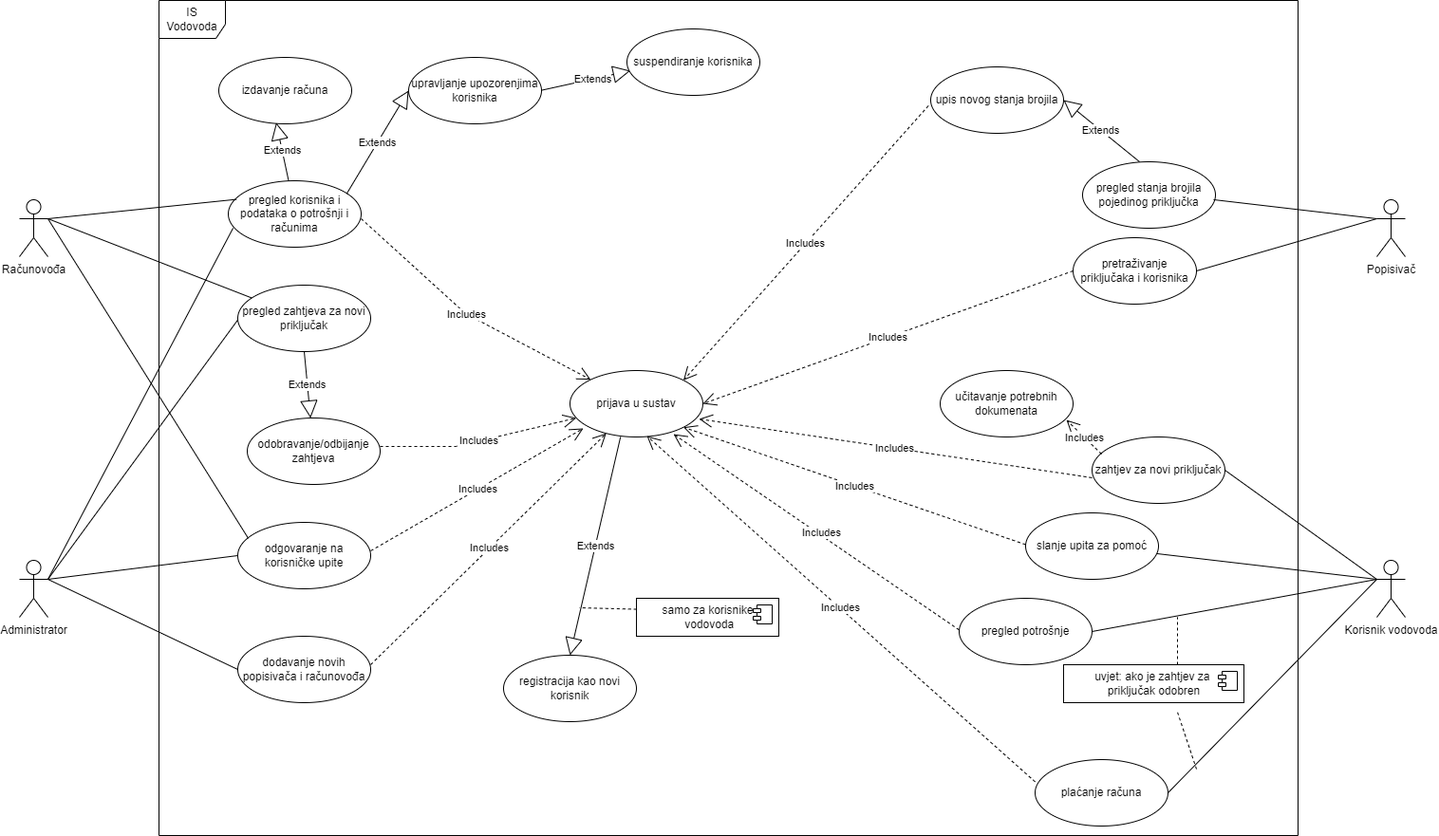
The draw.io diagram dokumentacija/is-vodovoda-use-case-diagram.png in akv3sic/informacijski-sustav-vodovoda, before a commit. Source tidied: cells renumbered, new cells last; positions are measured from the earlier drawing's top-left corner, leaving out a move shared by most shapes. The source it was exported from:
```xml
<mxGraphModel>
  <root>
    <mxCell id="0" />
    <mxCell id="1" parent="0" />
    <mxCell id="2" value="IS Vodovoda" style="shape=umlFrame;whiteSpace=wrap;html=1;width=70;height=40;" parent="1" vertex="1">
      <mxGeometry x="147" width="1200" height="880" as="geometry" />
    </mxCell>
    <mxCell id="3" value="Računovođa" style="shape=umlActor;verticalLabelPosition=bottom;verticalAlign=top;html=1;" parent="1" vertex="1">
      <mxGeometry y="210" width="30" height="60" as="geometry" />
    </mxCell>
    <mxCell id="4" value="Administrator" style="shape=umlActor;verticalLabelPosition=bottom;verticalAlign=top;html=1;" parent="1" vertex="1">
      <mxGeometry y="590" width="30" height="60" as="geometry" />
    </mxCell>
    <mxCell id="5" value="Popisivač" style="shape=umlActor;verticalLabelPosition=bottom;verticalAlign=top;html=1;" parent="1" vertex="1">
      <mxGeometry x="1430" y="210" width="30" height="60" as="geometry" />
    </mxCell>
    <mxCell id="6" value="Korisnik vodovoda" style="shape=umlActor;verticalLabelPosition=bottom;verticalAlign=top;html=1;" parent="1" vertex="1">
      <mxGeometry x="1430" y="590" width="30" height="60" as="geometry" />
    </mxCell>
    <mxCell id="7" value="pregled korisnika i podataka o potrošnji i računima" style="ellipse;whiteSpace=wrap;html=1;" parent="1" vertex="1">
      <mxGeometry x="220" y="190" width="140" height="70" as="geometry" />
    </mxCell>
    <mxCell id="8" value="pregled zahtjeva za novi priključak" style="ellipse;whiteSpace=wrap;html=1;" parent="1" vertex="1">
      <mxGeometry x="230" y="300" width="140" height="70" as="geometry" />
    </mxCell>
    <mxCell id="9" value="odgovaranje na korisničke upite" style="ellipse;whiteSpace=wrap;html=1;" parent="1" vertex="1">
      <mxGeometry x="230" y="550" width="140" height="70" as="geometry" />
    </mxCell>
    <mxCell id="10" value="izdavanje računa" style="ellipse;whiteSpace=wrap;html=1;" parent="1" vertex="1">
      <mxGeometry x="210" y="60" width="140" height="70" as="geometry" />
    </mxCell>
    <mxCell id="11" value="upravljanje upozorenjima korisnika" style="ellipse;whiteSpace=wrap;html=1;" parent="1" vertex="1">
      <mxGeometry x="410" y="60" width="140" height="70" as="geometry" />
    </mxCell>
    <mxCell id="12" value="Extends" style="endArrow=block;endSize=16;endFill=0;html=1;rounded=0;entryX=0.026;entryY=0.629;entryDx=0;entryDy=0;entryPerimeter=0;" parent="1" edge="1" target="13">
      <mxGeometry x="0.12" relative="1" as="geometry">
        <mxPoint x="550" y="94.6" as="sourcePoint" />
      </mxGeometry>
    </mxCell>
    <mxCell id="13" value="suspendiranje korisnika" style="ellipse;whiteSpace=wrap;html=1;" parent="1" vertex="1">
      <mxGeometry x="640" y="30" width="140" height="70" as="geometry" />
    </mxCell>
    <mxCell id="14" value="Extends" style="endArrow=block;endSize=16;endFill=0;html=1;rounded=0;exitX=0.5;exitY=1;exitDx=0;exitDy=0;" parent="1" edge="1" source="8" target="15">
      <mxGeometry relative="1" as="geometry" />
    </mxCell>
    <mxCell id="15" value="odobravanje/odbijanje zahtjeva" style="ellipse;whiteSpace=wrap;html=1;" parent="1" vertex="1">
      <mxGeometry x="240" y="440" width="140" height="70" as="geometry" />
    </mxCell>
    <mxCell id="16" value="Extends" style="endArrow=block;endSize=16;endFill=0;html=1;rounded=0;entryX=0.432;entryY=0.982;entryDx=0;entryDy=0;entryPerimeter=0;" parent="1" edge="1" source="7" target="10">
      <mxGeometry relative="1" as="geometry" />
    </mxCell>
    <mxCell id="17" value="Extends" style="endArrow=block;endSize=16;endFill=0;html=1;rounded=0;entryX=0;entryY=0.5;entryDx=0;entryDy=0;exitX=0.891;exitY=0.196;exitDx=0;exitDy=0;exitPerimeter=0;" parent="1" edge="1" source="7" target="11">
      <mxGeometry relative="1" as="geometry" />
    </mxCell>
    <mxCell id="18" value="dodavanje novih popisivača i računovođa" style="ellipse;whiteSpace=wrap;html=1;" parent="1" vertex="1">
      <mxGeometry x="230" y="670" width="140" height="70" as="geometry" />
    </mxCell>
    <mxCell id="19" style="endArrow=none;html=1;rounded=0;exitX=1;exitY=0.3333333333333333;exitDx=0;exitDy=0;exitPerimeter=0;entryX=0;entryY=0.5;entryDx=0;entryDy=0;" parent="1" edge="1" source="4" target="18">
      <mxGeometry relative="1" as="geometry" />
    </mxCell>
    <mxCell id="20" style="endArrow=none;html=1;rounded=0;exitX=1;exitY=0.3333333333333333;exitDx=0;exitDy=0;exitPerimeter=0;entryX=0;entryY=0.5;entryDx=0;entryDy=0;" parent="1" edge="1" source="4" target="9">
      <mxGeometry relative="1" as="geometry" />
    </mxCell>
    <mxCell id="21" style="endArrow=none;html=1;rounded=0;entryX=-0.002;entryY=0.529;entryDx=0;entryDy=0;entryPerimeter=0;" parent="1" edge="1" target="8">
      <mxGeometry relative="1" as="geometry">
        <mxPoint x="30" y="610" as="sourcePoint" />
      </mxGeometry>
    </mxCell>
    <mxCell id="22" value="prijava u sustav" style="ellipse;whiteSpace=wrap;html=1;" parent="1" vertex="1">
      <mxGeometry x="580" y="390" width="140" height="70" as="geometry" />
    </mxCell>
    <mxCell id="23" value="Includes" style="endArrow=open;endSize=12;dashed=1;html=1;rounded=0;" parent="1" edge="1" target="22">
      <mxGeometry relative="1" as="geometry">
        <mxPoint x="360" y="230" as="sourcePoint" />
        <Array as="points">
          <mxPoint x="470" y="330" />
        </Array>
      </mxGeometry>
    </mxCell>
    <mxCell id="24" value="Includes" style="endArrow=open;endSize=12;dashed=1;html=1;rounded=0;entryX=0.1;entryY=0.871;entryDx=0;entryDy=0;entryPerimeter=0;" parent="1" edge="1" target="22">
      <mxGeometry relative="1" as="geometry">
        <mxPoint x="370" y="580" as="sourcePoint" />
      </mxGeometry>
    </mxCell>
    <mxCell id="25" value="Includes" style="endArrow=open;endSize=12;dashed=1;html=1;rounded=0;" parent="1" edge="1" target="22">
      <mxGeometry relative="1" as="geometry">
        <mxPoint x="380" y="470" as="sourcePoint" />
        <Array as="points">
          <mxPoint x="460" y="470" />
        </Array>
      </mxGeometry>
    </mxCell>
    <mxCell id="26" value="Includes" style="endArrow=open;endSize=12;dashed=1;html=1;rounded=0;" parent="1" edge="1" target="22">
      <mxGeometry relative="1" as="geometry">
        <mxPoint x="370" y="700" as="sourcePoint" />
      </mxGeometry>
    </mxCell>
    <mxCell id="27" value="pretraživanje priključaka i korisnika" style="ellipse;whiteSpace=wrap;html=1;" parent="1" vertex="1">
      <mxGeometry x="1110" y="250" width="130" height="70" as="geometry" />
    </mxCell>
    <mxCell id="28" value="pregled stanja brojila pojedinog priključka" style="ellipse;whiteSpace=wrap;html=1;" parent="1" vertex="1">
      <mxGeometry x="1120" y="170" width="140" height="70" as="geometry" />
    </mxCell>
    <mxCell id="29" value="upis novog stanja brojila" style="ellipse;whiteSpace=wrap;html=1;" parent="1" vertex="1">
      <mxGeometry x="960" y="70" width="140" height="70" as="geometry" />
    </mxCell>
    <mxCell id="30" value="Extends" style="endArrow=block;endSize=16;endFill=0;html=1;rounded=0;entryX=1;entryY=0.5;entryDx=0;entryDy=0;" parent="1" edge="1" target="29">
      <mxGeometry relative="1" as="geometry">
        <mxPoint x="1180" y="170" as="sourcePoint" />
      </mxGeometry>
    </mxCell>
    <mxCell id="31" style="endArrow=none;html=1;rounded=0;entryX=0;entryY=0.3333333333333333;entryDx=0;entryDy=0;entryPerimeter=0;exitX=0.986;exitY=0.571;exitDx=0;exitDy=0;exitPerimeter=0;" parent="1" edge="1" source="28" target="5">
      <mxGeometry relative="1" as="geometry" />
    </mxCell>
    <mxCell id="32" style="endArrow=none;html=1;rounded=0;entryX=0;entryY=0.3333333333333333;entryDx=0;entryDy=0;entryPerimeter=0;exitX=1;exitY=0.5;exitDx=0;exitDy=0;" parent="1" edge="1" source="27" target="5">
      <mxGeometry relative="1" as="geometry" />
    </mxCell>
    <mxCell id="33" value="Includes" style="endArrow=open;endSize=12;dashed=1;html=1;rounded=0;exitX=0;exitY=0.5;exitDx=0;exitDy=0;entryX=1;entryY=0.5;entryDx=0;entryDy=0;" parent="1" edge="1" source="27" target="22">
      <mxGeometry relative="1" as="geometry" />
    </mxCell>
    <mxCell id="34" value="Includes" style="endArrow=open;endSize=12;dashed=1;html=1;rounded=0;exitX=-0.017;exitY=0.585;exitDx=0;exitDy=0;entryX=1;entryY=0;entryDx=0;entryDy=0;exitPerimeter=0;" parent="1" edge="1" source="29" target="22">
      <mxGeometry relative="1" as="geometry" />
    </mxCell>
    <mxCell id="35" style="endArrow=none;html=1;rounded=0;entryX=0.036;entryY=0.713;entryDx=0;entryDy=0;entryPerimeter=0;" parent="1" edge="1" target="7">
      <mxGeometry relative="1" as="geometry">
        <mxPoint x="30" y="610" as="sourcePoint" />
      </mxGeometry>
    </mxCell>
    <mxCell id="36" style="endArrow=none;html=1;rounded=0;exitX=1;exitY=0.3333333333333333;exitDx=0;exitDy=0;exitPerimeter=0;entryX=0.079;entryY=0.24;entryDx=0;entryDy=0;entryPerimeter=0;" parent="1" edge="1" source="3" target="9">
      <mxGeometry relative="1" as="geometry" />
    </mxCell>
    <mxCell id="37" style="endArrow=none;html=1;rounded=0;" parent="1" edge="1" target="8">
      <mxGeometry relative="1" as="geometry">
        <mxPoint x="30" y="230" as="sourcePoint" />
      </mxGeometry>
    </mxCell>
    <mxCell id="38" style="endArrow=none;html=1;rounded=0;entryX=0.062;entryY=0.28;entryDx=0;entryDy=0;entryPerimeter=0;" parent="1" edge="1" target="7">
      <mxGeometry relative="1" as="geometry">
        <mxPoint x="30" y="230" as="sourcePoint" />
      </mxGeometry>
    </mxCell>
    <mxCell id="39" value="zahtjev za novi priključak" style="ellipse;whiteSpace=wrap;html=1;" parent="1" vertex="1">
      <mxGeometry x="1130" y="460" width="140" height="70" as="geometry" />
    </mxCell>
    <mxCell id="40" value="učitavanje potrebnih dokumenata" style="ellipse;whiteSpace=wrap;html=1;" parent="1" vertex="1">
      <mxGeometry x="970" y="390" width="140" height="70" as="geometry" />
    </mxCell>
    <mxCell id="41" style="endArrow=none;html=1;rounded=0;entryX=0;entryY=0.3333333333333333;entryDx=0;entryDy=0;exitX=1;exitY=0.5;exitDx=0;exitDy=0;entryPerimeter=0;" parent="1" edge="1" source="39" target="6">
      <mxGeometry relative="1" as="geometry" />
    </mxCell>
    <mxCell id="42" value="Includes" style="endArrow=open;endSize=12;dashed=1;html=1;rounded=0;exitX=0.071;exitY=0.257;exitDx=0;exitDy=0;exitPerimeter=0;entryX=0.95;entryY=0.743;entryDx=0;entryDy=0;entryPerimeter=0;" parent="1" edge="1" source="39" target="40">
      <mxGeometry relative="1" as="geometry" />
    </mxCell>
    <mxCell id="43" value="pregled potrošnje" style="ellipse;whiteSpace=wrap;html=1;" parent="1" vertex="1">
      <mxGeometry x="990" y="630" width="140" height="70" as="geometry" />
    </mxCell>
    <mxCell id="44" value="plaćanje računa" style="ellipse;whiteSpace=wrap;html=1;" parent="1" vertex="1">
      <mxGeometry x="1070" y="800" width="140" height="70" as="geometry" />
    </mxCell>
    <mxCell id="45" value="slanje upita za pomoć" style="ellipse;whiteSpace=wrap;html=1;" parent="1" vertex="1">
      <mxGeometry x="1060" y="540" width="140" height="70" as="geometry" />
    </mxCell>
    <mxCell id="46" style="endArrow=none;html=1;rounded=0;" parent="1" edge="1" source="45">
      <mxGeometry relative="1" as="geometry">
        <mxPoint x="1430" y="610" as="targetPoint" />
      </mxGeometry>
    </mxCell>
    <mxCell id="47" style="endArrow=none;html=1;rounded=0;exitX=1;exitY=0.5;exitDx=0;exitDy=0;" parent="1" edge="1" source="43">
      <mxGeometry relative="1" as="geometry">
        <mxPoint x="1430" y="610" as="targetPoint" />
      </mxGeometry>
    </mxCell>
    <mxCell id="48" style="endArrow=none;html=1;rounded=0;exitX=1;exitY=0.5;exitDx=0;exitDy=0;" parent="1" edge="1" source="44">
      <mxGeometry relative="1" as="geometry">
        <mxPoint x="1430" y="610" as="targetPoint" />
      </mxGeometry>
    </mxCell>
    <mxCell id="49" value="uvjet: ako je zahtjev za &lt;br&gt;priključak odobren" style="html=1;" parent="1" vertex="1">
      <mxGeometry x="1100" y="700" width="190" height="40" as="geometry" />
    </mxCell>
    <mxCell id="50" style="shape=module;jettyWidth=8;jettyHeight=4;" parent="49" vertex="1">
      <mxGeometry x="1" width="20" height="20" relative="1" as="geometry">
        <mxPoint x="-27" y="7" as="offset" />
      </mxGeometry>
    </mxCell>
    <mxCell id="51" style="endArrow=none;dashed=1;html=1;rounded=0;" parent="1" edge="1">
      <mxGeometry relative="1" as="geometry">
        <mxPoint x="1240" y="810" as="sourcePoint" />
        <mxPoint x="1220" y="750" as="targetPoint" />
      </mxGeometry>
    </mxCell>
    <mxCell id="52" style="endArrow=none;dashed=1;html=1;rounded=0;" parent="1" edge="1">
      <mxGeometry relative="1" as="geometry">
        <mxPoint x="1220" y="700" as="sourcePoint" />
        <mxPoint x="1220" y="650" as="targetPoint" />
      </mxGeometry>
    </mxCell>
    <mxCell id="53" value="Includes" style="endArrow=open;endSize=12;dashed=1;html=1;rounded=0;exitX=0;exitY=0.614;exitDx=0;exitDy=0;exitPerimeter=0;entryX=0.971;entryY=0.729;entryDx=0;entryDy=0;entryPerimeter=0;" parent="1" edge="1" source="39" target="22">
      <mxGeometry relative="1" as="geometry" />
    </mxCell>
    <mxCell id="54" value="Includes" style="endArrow=open;endSize=12;dashed=1;html=1;rounded=0;exitX=0;exitY=0.614;exitDx=0;exitDy=0;exitPerimeter=0;entryX=1;entryY=1;entryDx=0;entryDy=0;" parent="1" edge="1" target="22">
      <mxGeometry relative="1" as="geometry">
        <mxPoint x="1060" y="573.4" as="sourcePoint" />
      </mxGeometry>
    </mxCell>
    <mxCell id="55" value="Includes" style="endArrow=open;endSize=12;dashed=1;html=1;rounded=0;exitX=0;exitY=0.614;exitDx=0;exitDy=0;exitPerimeter=0;entryX=0.779;entryY=0.957;entryDx=0;entryDy=0;entryPerimeter=0;" parent="1" edge="1" target="22">
      <mxGeometry x="-0.03" y="-2" relative="1" as="geometry">
        <mxPoint x="990" y="663.4" as="sourcePoint" />
      </mxGeometry>
    </mxCell>
    <mxCell id="56" value="Includes" style="endArrow=open;endSize=12;dashed=1;html=1;rounded=0;exitX=0;exitY=0.614;exitDx=0;exitDy=0;exitPerimeter=0;entryX=0.579;entryY=0.986;entryDx=0;entryDy=0;entryPerimeter=0;" parent="1" edge="1" target="22">
      <mxGeometry relative="1" as="geometry">
        <mxPoint x="1070" y="823.4" as="sourcePoint" />
      </mxGeometry>
    </mxCell>
    <mxCell id="57" value="registracija kao novi korisnik" style="ellipse;whiteSpace=wrap;html=1;" parent="1" vertex="1">
      <mxGeometry x="510" y="690" width="140" height="70" as="geometry" />
    </mxCell>
    <mxCell id="58" value="samo za korisnike&lt;br&gt;&amp;nbsp;vodovoda" style="html=1;" parent="1" vertex="1">
      <mxGeometry x="650" y="630" width="150" height="40" as="geometry" />
    </mxCell>
    <mxCell id="59" style="shape=module;jettyWidth=8;jettyHeight=4;" parent="58" vertex="1">
      <mxGeometry x="1" width="20" height="20" relative="1" as="geometry">
        <mxPoint x="-27" y="7" as="offset" />
      </mxGeometry>
    </mxCell>
    <mxCell id="60" value="Extends" style="endArrow=block;endSize=16;endFill=0;html=1;rounded=0;exitX=0.38;exitY=1.001;exitDx=0;exitDy=0;exitPerimeter=0;entryX=0.5;entryY=0;entryDx=0;entryDy=0;" parent="1" edge="1" source="22" target="57">
      <mxGeometry relative="1" as="geometry" />
    </mxCell>
    <mxCell id="61" style="endArrow=none;dashed=1;html=1;rounded=0;exitX=0.002;exitY=0.289;exitDx=0;exitDy=0;exitPerimeter=0;" parent="1" edge="1" source="58">
      <mxGeometry relative="1" as="geometry">
        <mxPoint x="590" y="640" as="targetPoint" />
      </mxGeometry>
    </mxCell>
  </root>
</mxGraphModel>
```
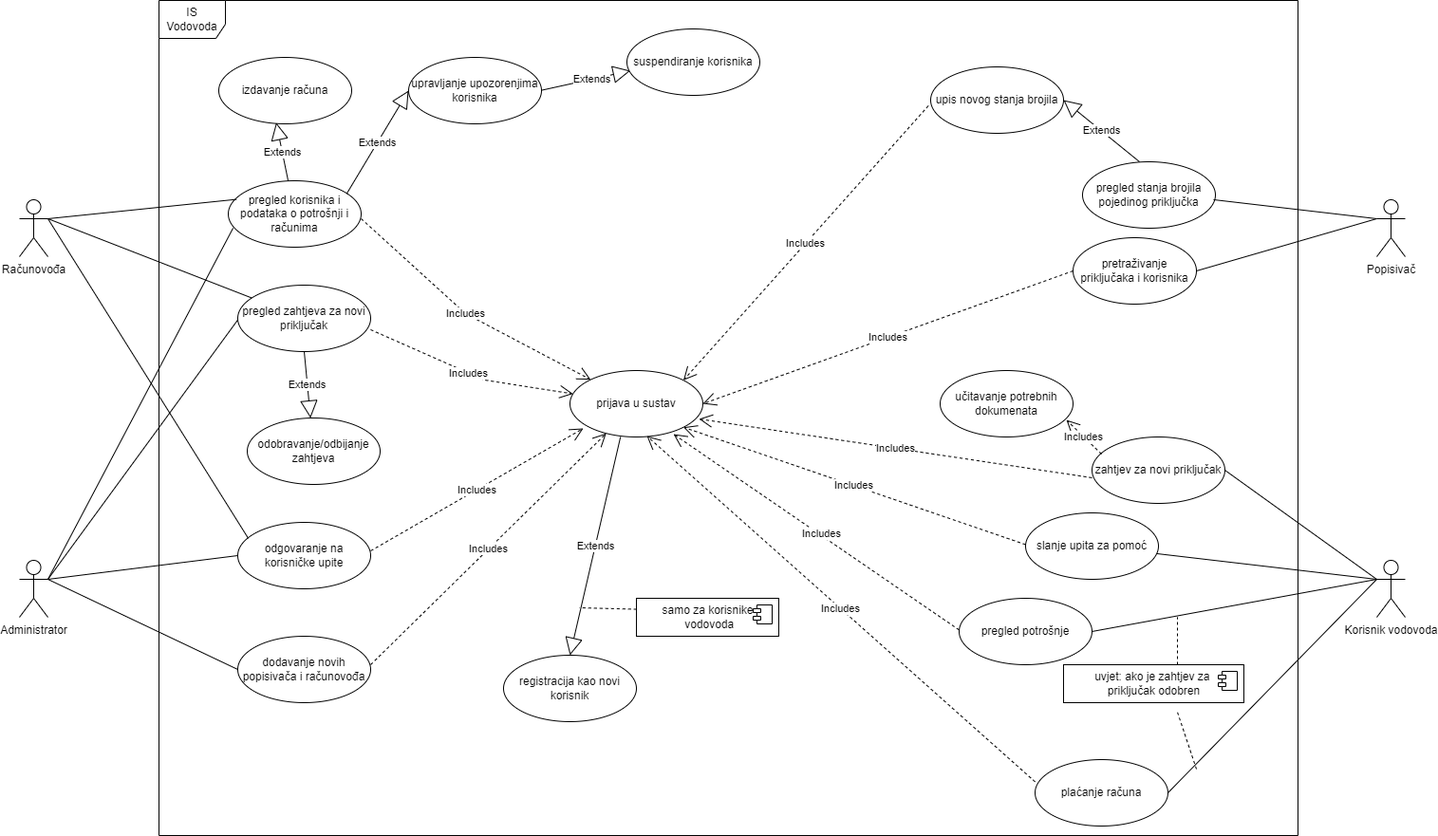
The same diagram one commit later.

Commit message:
Update use case diagram

The edit, as a diff of the source:
```diff
@@ -1,4 +1,4 @@
-<mxGraphModel>
+<mxGraphModel background="#ffffff">
   <root>
     <mxCell id="0" />
     <mxCell id="1" parent="0" />
@@ -82,11 +82,10 @@
         <mxPoint x="370" y="580" as="sourcePoint" />
       </mxGeometry>
     </mxCell>
-    <mxCell id="25" value="Includes" style="endArrow=open;endSize=12;dashed=1;html=1;rounded=0;" parent="1" edge="1" target="22">
+    <mxCell id="25" value="Includes" style="endArrow=open;endSize=12;dashed=1;html=1;rounded=0;exitX=1;exitY=0.671;exitDx=0;exitDy=0;exitPerimeter=0;" parent="1" edge="1" source="8" target="22">
       <mxGeometry relative="1" as="geometry">
-        <mxPoint x="380" y="470" as="sourcePoint" />
         <Array as="points">
-          <mxPoint x="460" y="470" />
+          <mxPoint x="490" y="400" />
         </Array>
       </mxGeometry>
     </mxCell>
```
